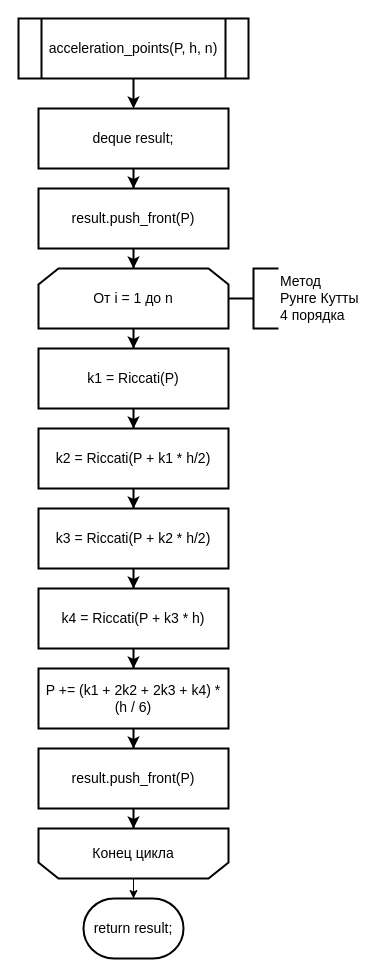
Before: docs/drawio/acc_points.drawio in Krasin1/riccati, a draw.io diagram. Source tidied: cells renumbered, new cells numbered last; positions are measured from the earlier drawing's top-left corner, leaving out a move shared by most shapes. Both pictures are drawn from the tidied source at 100%, with x=0, y=0 at pixel (18, 18).
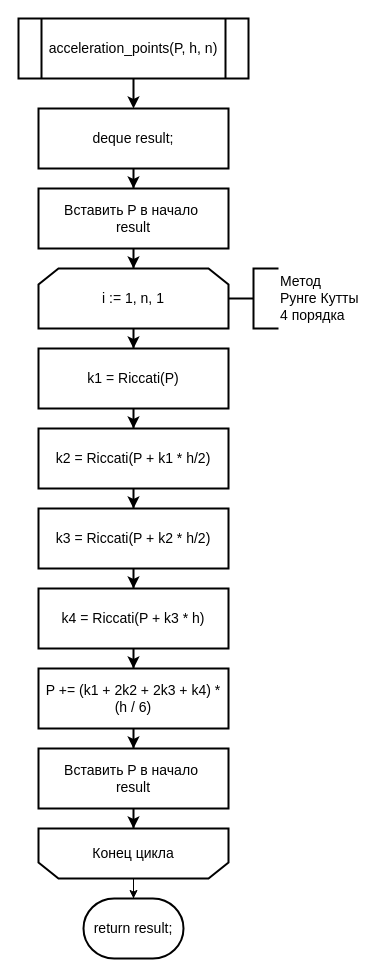
After the change.

Commit message (it also covers changes not shown here):
блок-схемы обновил с учетом правок

Diff of the diagram source:
```diff
@@
-    <mxCell id="17" value="result.push_front(P)" style="shape=label;html=1;strokeWidth=2;whiteSpace=wrap;rounded=0;arcSize=12;size=0.23;fontSize=14;" parent="1" vertex="1">
+    <mxCell id="17" value="&lt;div&gt;Вставить P в начало&amp;nbsp;&lt;/div&gt;&lt;div&gt;result&lt;/div&gt;" style="shape=label;html=1;strokeWidth=2;whiteSpace=wrap;rounded=0;arcSize=12;size=0.23;fontSize=14;" parent="1" vertex="1">
       <mxGeometry x="20" y="730" width="190" height="60" as="geometry" />
     </mxCell>
@@
-    <mxCell id="19" value="result.push_front(P)" style="shape=label;html=1;strokeWidth=2;whiteSpace=wrap;rounded=0;arcSize=12;size=0.23;fontSize=14;" parent="1" vertex="1">
+    <mxCell id="19" value="&lt;div&gt;Вставить P в начало&amp;nbsp;&lt;/div&gt;&lt;div&gt;result&lt;/div&gt;" style="shape=label;html=1;strokeWidth=2;whiteSpace=wrap;rounded=0;arcSize=12;size=0.23;fontSize=14;" parent="1" vertex="1">
       <mxGeometry x="20" y="170" width="190" height="60" as="geometry" />
     </mxCell>
@@
-    <mxCell id="21" value="От i = 1 до n" style="shape=loopLimit;whiteSpace=wrap;html=1;strokeWidth=2;fontSize=14;" parent="1" vertex="1">
+    <mxCell id="21" value="i := 1, n, 1" style="shape=loopLimit;whiteSpace=wrap;html=1;strokeWidth=2;fontSize=14;" parent="1" vertex="1">
       <mxGeometry x="20" y="250" width="190" height="60" as="geometry" />
     </mxCell>
```
